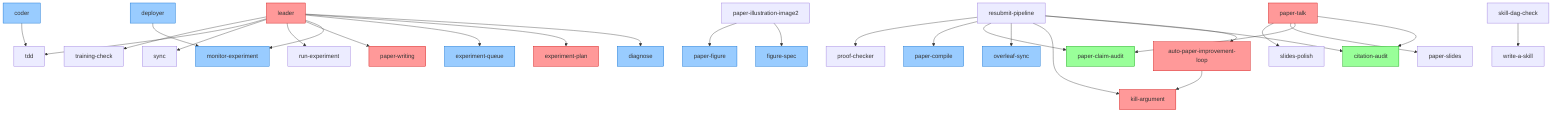
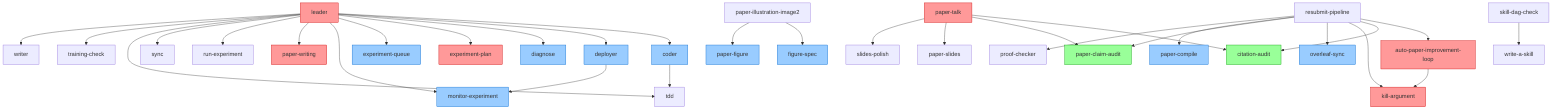
graph TD
    auto-paper-improvement-loop --> kill-argument
    coder --> tdd
    deployer --> monitor-experiment
+     leader --> coder
+     leader --> deployer
    leader --> diagnose
    leader --> experiment-plan
    leader --> experiment-queue
    leader --> monitor-experiment
    leader --> paper-writing
    leader --> run-experiment
    leader --> sync
    leader --> tdd
    leader --> training-check
+     leader --> writer
    paper-illustration-image2 --> figure-spec
    paper-illustration-image2 --> paper-figure
    paper-talk --> citation-audit
    paper-talk --> paper-claim-audit
    paper-talk --> paper-slides
    paper-talk --> slides-polish
    resubmit-pipeline --> auto-paper-improvement-loop
    resubmit-pipeline --> citation-audit
    resubmit-pipeline --> kill-argument
    resubmit-pipeline --> overleaf-sync
    resubmit-pipeline --> paper-claim-audit
    resubmit-pipeline --> paper-compile
    resubmit-pipeline --> proof-checker
    skill-dag-check --> write-a-skill

    classDef leader fill:#ff9999,stroke:#cc0000
    class auto-paper-improvement-loop,auto-review-loop,auto-review-loop-llm,auto-review-loop-minimax,dse-loop,experiment-plan,framework-update,idea-discovery,idea-discovery-robot,init-research,kill-argument,leader,meta-optimize,paper-talk,paper-writing,patent-pipeline,rebuttal,research-pipeline,research-refine,research-refine-pipeline leader
    classDef executor fill:#99ccff,stroke:#0066cc
    class ablation-planner,claims-drafting,coder,deployer,diagnose,embodiment-description,experiment-bridge,experiment-queue,figure-description,figure-spec,formula-derivation,grant-proposal,invention-structuring,jurisdiction-format,mermaid-diagram,monitor-experiment,overleaf-sync,paper-compile,paper-figure,paper-illustration executor
    classDef any fill:#99ff99,stroke:#009900
    class alphaxiv,analyze-results,arxiv,caveman,citation-audit,comm-lit-review,deepxiv,exa-search,experiment-audit,feishu-notify,feishu-session,gemini-search,git-guardrails,grill-me,grill-with-docs,handoff,idea-creator,novelty-check,openalex,paper-claim-audit any
